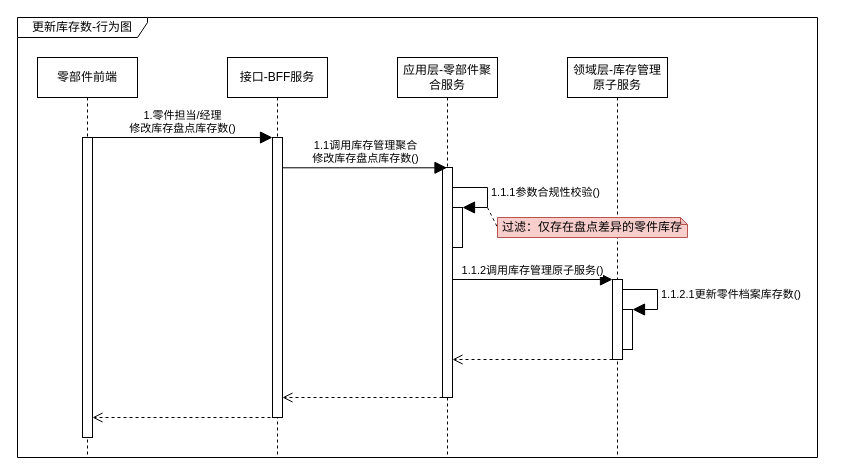
The draw.io diagram page "更新库存数行为图" (4 of 6) of 库存管理-库存盘点.drawio in 1132489442/gitRepository1, before the edit. Source tidied: cells renumbered, new cells numbered last; positions are measured from the earlier drawing's top-left corner, leaving out a move shared by most shapes. Both pictures are drawn from the tidied source at 100%, with x=0, y=0 at pixel (17, 17).
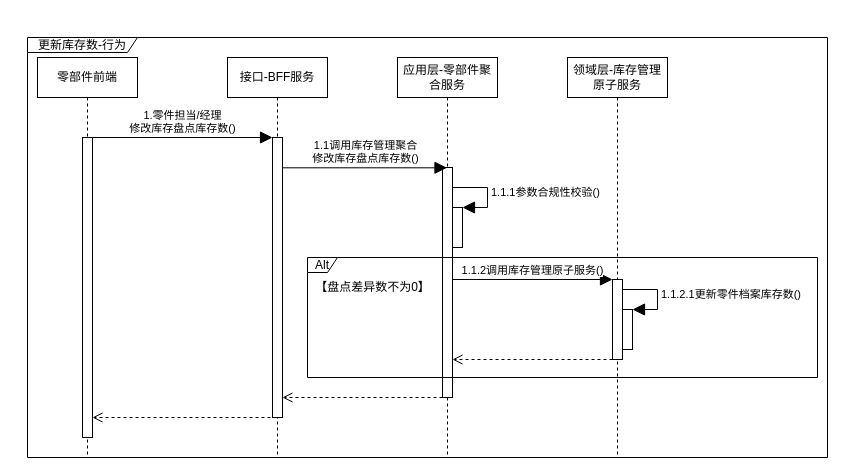
After the change.

Commit message:
更新库存管理-库存盘点.drawio

Change to the diagram source:
```diff
@@
-    <mxCell id="20" value="过滤：仅存在盘点差异的零件库存" style="shape=note;whiteSpace=wrap;html=1;backgroundOutline=1;darkOpacity=0.05;strokeColor=#b85450;fillColor=#f8cecc;size=7;" parent="1" vertex="1">
-      <mxGeometry x="480" y="200" width="190" height="20" as="geometry" />
-    </mxCell>
-    <mxCell id="21" style="endArrow=none;dashed=1;html=1;rounded=0;endSize=8;targetPerimeterSpacing=-1;strokeColor=#1A1A1A;entryX=0;entryY=0.5;entryDx=0;entryDy=0;entryPerimeter=0;" parent="1" edge="1" target="20">
-      <mxGeometry relative="1" as="geometry">
-        <mxPoint x="470" y="190" as="sourcePoint" />
-      </mxGeometry>
-    </mxCell>
-    <mxCell id="22" value="更新库存数-行为图" style="shape=umlFrame;whiteSpace=wrap;html=1;fillColor=#FFFFFF;width=130;height=20;" parent="1" vertex="1">
-      <mxGeometry width="800" height="440" as="geometry" />
-    </mxCell>
+    <mxCell id="23" value="Alt" style="shape=umlFrame;whiteSpace=wrap;html=1;width=30;height=15;" parent="1" vertex="1">
+      <mxGeometry x="290" y="240" width="510" height="120" as="geometry" />
+    </mxCell>
+    <mxCell id="24" value="【盘点差异数不为0】" style="text;html=1;align=center;verticalAlign=middle;strokeColor=none;fillColor=none;" parent="1" vertex="1">
+      <mxGeometry x="290" y="260" width="130" height="20" as="geometry" />
+    </mxCell>
+    <mxCell id="25" value="更新库存数-行为" style="shape=umlFrame;whiteSpace=wrap;html=1;width=110;height=15;" parent="1" vertex="1">
+      <mxGeometry x="10" y="20" width="800" height="420" as="geometry" />
+    </mxCell>
```
